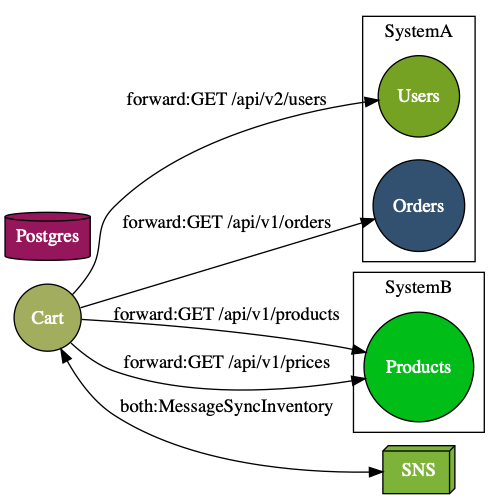
This is micromap.png from alvarg93/micromap, a Graphviz export, as it was before one commit. Its source is kept beside it as micromap.dot.
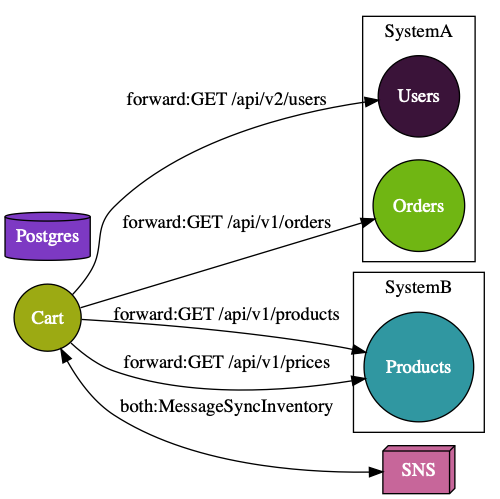
Above is the later version.

What changed in the source:
```diff
@@ -1,11 +1,11 @@
 graph {
 rankdir=LR
-"Cart"[shape=circle,fontcolor=white,style=filled,fillcolor="#a2ae5e"]
-"Users"[shape=circle,fontcolor=white,style=filled,fillcolor="#76a224"]
-"Orders"[shape=circle,fontcolor=white,style=filled,fillcolor="#325070"]
-"Products"[shape=circle,fontcolor=white,style=filled,fillcolor="#00bd17"]
-"SNS"[shape=box3d,fontcolor=white,style=filled,fillcolor="#7db338"]
-"Postgres"[shape=cylinder,fontcolor=white,style=filled,fillcolor="#95165b"]
+"Cart"[shape=circle,fontcolor=white,style=filled,fillcolor="#9caa13"]
+"Users"[shape=circle,fontcolor=white,style=filled,fillcolor="#3a1339"]
+"Orders"[shape=circle,fontcolor=white,style=filled,fillcolor="#70b613"]
+"Products"[shape=circle,fontcolor=white,style=filled,fillcolor="#3097a1"]
+"SNS"[shape=box3d,fontcolor=white,style=filled,fillcolor="#c7669a"]
+"Postgres"[shape=cylinder,fontcolor=white,style=filled,fillcolor="#7d39c3"]
 "Cart" -- "Products"[dir=forward,label="forward:GET /api/v1/products",weight="1"];
 "Cart" -- "Products"[dir=forward,label="forward:GET /api/v1/prices",weight="1"];
 "Cart" -- "Users"[dir=forward,label="forward:GET /api/v2/users",weight="1"];
```
